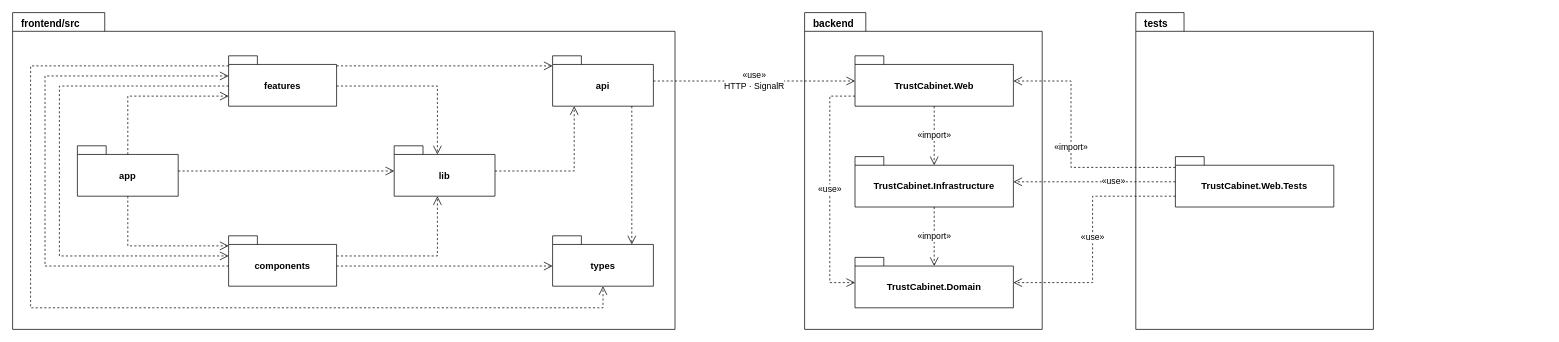
This is docs/15-package-diagram/package-tong-quan.drawio from callmehai/FU-FA26-G116, a draw.io file, before an edit. Source tidied: cells renumbered, new cells numbered last; positions are measured from the earlier drawing's top-left corner, leaving out a move shared by most shapes. Both pictures are drawn from the tidied source at 72%, with x=0, y=0 at pixel (12, 12).
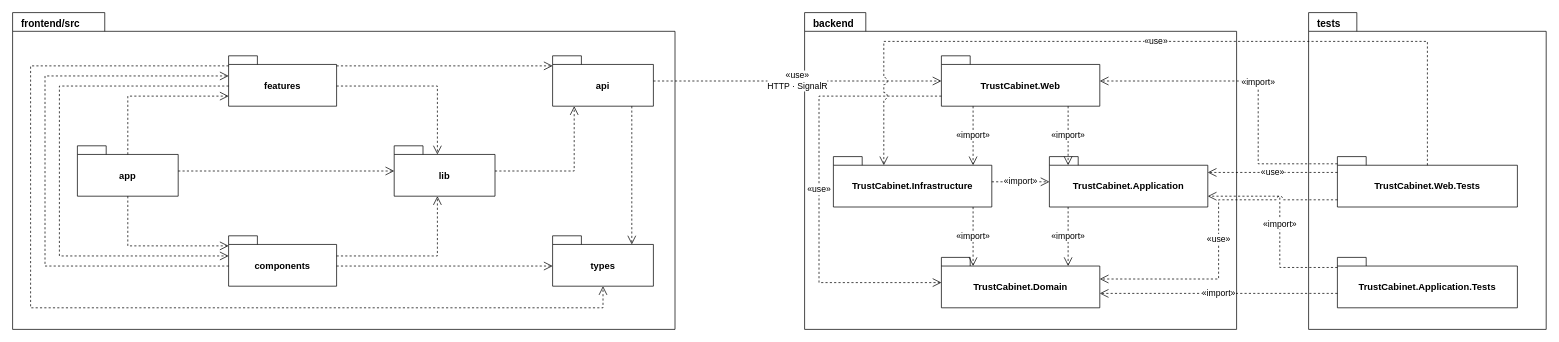
Above is the later version.

The edit, as a diff of the source:
```diff
@@
     <mxCell id="9" value="backend" style="shape=folder;tabWidth=85;tabHeight=26;tabPosition=left;verticalAlign=top;align=left;spacingLeft=10;spacingTop=1;fontStyle=1;fontSize=14;html=1;whiteSpace=wrap;fillColor=#ffffff;strokeColor=#000000;fontColor=#000000;fontFamily=Helvetica;" parent="1" vertex="1">
-      <mxGeometry x="1100" width="330" height="440" as="geometry" />
+      <mxGeometry x="1100" width="600" height="440" as="geometry" />
     </mxCell>
     <mxCell id="10" value="TrustCabinet.Web" style="shape=folder;tabWidth=40;tabHeight=12;tabPosition=left;verticalAlign=middle;align=center;spacingTop=12;fontStyle=1;fontSize=13;html=1;whiteSpace=wrap;fillColor=#ffffff;strokeColor=#000000;fontColor=#000000;fontFamily=Helvetica;" parent="9" vertex="1">
-      <mxGeometry x="70" y="60" width="220" height="70" as="geometry" />
+      <mxGeometry x="190" y="60" width="220" height="70" as="geometry" />
     </mxCell>
     <mxCell id="11" value="TrustCabinet.Infrastructure" style="shape=folder;tabWidth=40;tabHeight=12;tabPosition=left;verticalAlign=middle;align=center;spacingTop=12;fontStyle=1;fontSize=13;html=1;whiteSpace=wrap;fillColor=#ffffff;strokeColor=#000000;fontColor=#000000;fontFamily=Helvetica;" parent="9" vertex="1">
-      <mxGeometry x="70" y="200" width="220" height="70" as="geometry" />
+      <mxGeometry x="40" y="200" width="220" height="70" as="geometry" />
     </mxCell>
+    <mxCell id="34" value="TrustCabinet.Application" style="shape=folder;tabWidth=40;tabHeight=12;tabPosition=left;verticalAlign=middle;align=center;spacingTop=12;fontStyle=1;fontSize=13;html=1;whiteSpace=wrap;fillColor=#ffffff;strokeColor=#000000;fontColor=#000000;fontFamily=Helvetica;" parent="9" vertex="1">
+      <mxGeometry x="340" y="200" width="220" height="70" as="geometry" />
+    </mxCell>
     <mxCell id="12" value="TrustCabinet.Domain" style="shape=folder;tabWidth=40;tabHeight=12;tabPosition=left;verticalAlign=middle;align=center;spacingTop=12;fontStyle=1;fontSize=13;html=1;whiteSpace=wrap;fillColor=#ffffff;strokeColor=#000000;fontColor=#000000;fontFamily=Helvetica;" parent="9" vertex="1">
-      <mxGeometry x="70" y="340" width="220" height="70" as="geometry" />
+      <mxGeometry x="190" y="340" width="220" height="70" as="geometry" />
     </mxCell>
     <mxCell id="13" value="tests" style="shape=folder;tabWidth=67;tabHeight=26;tabPosition=left;verticalAlign=top;align=left;spacingLeft=10;spacingTop=1;fontStyle=1;fontSize=14;html=1;whiteSpace=wrap;fillColor=#ffffff;strokeColor=#000000;fontColor=#000000;fontFamily=Helvetica;" parent="1" vertex="1">
-      <mxGeometry x="1560" width="330" height="440" as="geometry" />
+      <mxGeometry x="1800" width="330" height="440" as="geometry" />
     </mxCell>
     <mxCell id="14" value="TrustCabinet.Web.Tests" style="shape=folder;tabWidth=40;tabHeight=12;tabPosition=left;verticalAlign=middle;align=center;spacingTop=12;fontStyle=1;fontSize=13;html=1;whiteSpace=wrap;fillColor=#ffffff;strokeColor=#000000;fontColor=#000000;fontFamily=Helvetica;" parent="13" vertex="1">
-      <mxGeometry x="55" y="200" width="220" height="70" as="geometry" />
+      <mxGeometry x="40" y="200" width="250" height="70" as="geometry" />
     </mxCell>
+    <mxCell id="35" value="TrustCabinet.Application.Tests" style="shape=folder;tabWidth=40;tabHeight=12;tabPosition=left;verticalAlign=middle;align=center;spacingTop=12;fontStyle=1;fontSize=13;html=1;whiteSpace=wrap;fillColor=#ffffff;strokeColor=#000000;fontColor=#000000;fontFamily=Helvetica;" parent="13" vertex="1">
+      <mxGeometry x="40" y="340" width="250" height="70" as="geometry" />
+    </mxCell>
@@
-    <mxCell id="28" value="«import»" style="endArrow=open;endFill=0;endSize=10;dashed=1;rounded=0;html=1;strokeColor=#000000;fontColor=#000000;fontFamily=Helvetica;fontSize=12;labelBackgroundColor=#ffffff;exitX=0.5;exitY=1;exitDx=0;exitDy=0;exitPerimeter=0;entryX=0.5;entryY=0.1714;entryDx=0;entryDy=0;entryPerimeter=0;" parent="1" edge="1" source="10" target="11">
+    <mxCell id="28" value="«import»" style="endArrow=open;endFill=0;endSize=10;dashed=1;rounded=0;html=1;strokeColor=#000000;fontColor=#000000;fontFamily=Helvetica;fontSize=12;labelBackgroundColor=#ffffff;exitX=0.2;exitY=1;exitDx=0;exitDy=0;exitPerimeter=0;entryX=0.8818;entryY=0.1714;entryDx=0;entryDy=0;entryPerimeter=0;" parent="1" edge="1" source="10" target="11">
       <mxGeometry relative="1" as="geometry" />
     </mxCell>
+    <mxCell id="36" value="«import»" style="endArrow=open;endFill=0;endSize=10;dashed=1;rounded=0;html=1;strokeColor=#000000;fontColor=#000000;fontFamily=Helvetica;fontSize=12;labelBackgroundColor=#ffffff;exitX=0;exitY=0.7143;exitDx=0;exitDy=0;exitPerimeter=0;entryX=1;entryY=0.7143;entryDx=0;entryDy=0;entryPerimeter=0;" parent="1" edge="1" source="35" target="12">
+      <mxGeometry relative="1" as="geometry" />
+    </mxCell>
+    <mxCell id="37" value="«import»" style="endArrow=open;endFill=0;endSize=10;dashed=1;rounded=0;html=1;strokeColor=#000000;fontColor=#000000;fontFamily=Helvetica;fontSize=12;labelBackgroundColor=#ffffff;exitX=0;exitY=0.2;exitDx=0;exitDy=0;exitPerimeter=0;entryX=1;entryY=0.7857;entryDx=0;entryDy=0;entryPerimeter=0;" parent="1" edge="1" source="35" target="34">
+      <mxGeometry relative="1" as="geometry">
+        <Array as="points">
+          <mxPoint x="1760" y="354" />
+          <mxPoint x="1760" y="255" />
+        </Array>
+      </mxGeometry>
+    </mxCell>
+    <mxCell id="38" value="«use»" style="endArrow=open;endFill=0;endSize=10;dashed=1;rounded=0;html=1;strokeColor=#000000;fontColor=#000000;fontFamily=Helvetica;fontSize=12;labelBackgroundColor=#ffffff;exitX=0;exitY=0.3143;exitDx=0;exitDy=0;exitPerimeter=0;entryX=1;entryY=0.3143;entryDx=0;entryDy=0;entryPerimeter=0;" parent="1" edge="1" source="14" target="34">
+      <mxGeometry relative="1" as="geometry" />
+    </mxCell>
+    <mxCell id="39" value="«import»" style="endArrow=open;endFill=0;endSize=10;dashed=1;rounded=0;html=1;strokeColor=#000000;fontColor=#000000;fontFamily=Helvetica;fontSize=12;labelBackgroundColor=#ffffff;exitX=0.1182;exitY=1;exitDx=0;exitDy=0;exitPerimeter=0;entryX=0.8;entryY=0.1714;entryDx=0;entryDy=0;entryPerimeter=0;" parent="1" edge="1" source="34" target="12">
+      <mxGeometry relative="1" as="geometry" />
+    </mxCell>
+    <mxCell id="40" value="«import»" style="endArrow=open;endFill=0;endSize=10;dashed=1;rounded=0;html=1;strokeColor=#000000;fontColor=#000000;fontFamily=Helvetica;fontSize=12;labelBackgroundColor=#ffffff;exitX=1;exitY=0.5;exitDx=0;exitDy=0;exitPerimeter=0;entryX=0;entryY=0.5;entryDx=0;entryDy=0;entryPerimeter=0;" parent="1" edge="1" source="11" target="34">
+      <mxGeometry relative="1" as="geometry" />
+    </mxCell>
+    <mxCell id="41" value="«import»" style="endArrow=open;endFill=0;endSize=10;dashed=1;rounded=0;html=1;strokeColor=#000000;fontColor=#000000;fontFamily=Helvetica;fontSize=12;labelBackgroundColor=#ffffff;exitX=0.8;exitY=1;exitDx=0;exitDy=0;exitPerimeter=0;entryX=0.1182;entryY=0.1714;entryDx=0;entryDy=0;entryPerimeter=0;" parent="1" edge="1" source="10" target="34">
+      <mxGeometry relative="1" as="geometry" />
+    </mxCell>
-    <mxCell id="29" value="«import»" style="endArrow=open;endFill=0;endSize=10;dashed=1;rounded=0;html=1;strokeColor=#000000;fontColor=#000000;fontFamily=Helvetica;fontSize=12;labelBackgroundColor=#ffffff;exitX=0.5;exitY=1;exitDx=0;exitDy=0;exitPerimeter=0;entryX=0.5;entryY=0.1714;entryDx=0;entryDy=0;entryPerimeter=0;" parent="1" edge="1" source="11" target="12">
+    <mxCell id="29" value="«import»" style="endArrow=open;endFill=0;endSize=10;dashed=1;rounded=0;html=1;strokeColor=#000000;fontColor=#000000;fontFamily=Helvetica;fontSize=12;labelBackgroundColor=#ffffff;exitX=0.8818;exitY=1;exitDx=0;exitDy=0;exitPerimeter=0;entryX=0.2;entryY=0.1714;entryDx=0;entryDy=0;entryPerimeter=0;" parent="1" edge="1" source="11" target="12">
       <mxGeometry relative="1" as="geometry" />
     </mxCell>
     <mxCell id="30" value="«use»" style="endArrow=open;endFill=0;endSize=10;dashed=1;rounded=0;html=1;strokeColor=#000000;fontColor=#000000;fontFamily=Helvetica;fontSize=12;labelBackgroundColor=#ffffff;exitX=0;exitY=0.8;exitDx=0;exitDy=0;exitPerimeter=0;entryX=0;entryY=0.5;entryDx=0;entryDy=0;entryPerimeter=0;" parent="1" edge="1" source="10" target="12">
       <mxGeometry relative="1" as="geometry">
         <Array as="points">
-          <mxPoint x="1135" y="116" />
-          <mxPoint x="1135" y="375" />
+          <mxPoint x="1120" y="116" />
+          <mxPoint x="1120" y="375" />
         </Array>
       </mxGeometry>
     </mxCell>
-    <mxCell id="31" value="«import»" style="endArrow=open;endFill=0;endSize=10;dashed=1;rounded=0;html=1;strokeColor=#000000;fontColor=#000000;fontFamily=Helvetica;fontSize=12;labelBackgroundColor=#ffffff;exitX=0;exitY=0.2143;exitDx=0;exitDy=0;exitPerimeter=0;entryX=1;entryY=0.5;entryDx=0;entryDy=0;entryPerimeter=0;" parent="1" edge="1" source="14" target="10">
+    <mxCell id="31" value="«import»" style="endArrow=open;endFill=0;endSize=10;dashed=1;rounded=0;html=1;strokeColor=#000000;fontColor=#000000;fontFamily=Helvetica;fontSize=12;labelBackgroundColor=#ffffff;exitX=0;exitY=0.1429;exitDx=0;exitDy=0;exitPerimeter=0;entryX=1;entryY=0.5;entryDx=0;entryDy=0;entryPerimeter=0;" parent="1" edge="1" source="14" target="10">
       <mxGeometry relative="1" as="geometry">
         <Array as="points">
-          <mxPoint x="1470" y="215" />
-          <mxPoint x="1470" y="95" />
+          <mxPoint x="1730" y="210" />
+          <mxPoint x="1730" y="95" />
         </Array>
       </mxGeometry>
     </mxCell>
-    <mxCell id="32" value="«use»" style="endArrow=open;endFill=0;endSize=10;dashed=1;rounded=0;html=1;strokeColor=#000000;fontColor=#000000;fontFamily=Helvetica;fontSize=12;labelBackgroundColor=#ffffff;exitX=0;exitY=0.5;exitDx=0;exitDy=0;exitPerimeter=0;entryX=1;entryY=0.5;entryDx=0;entryDy=0;entryPerimeter=0;" parent="1" edge="1" source="14" target="11">
-      <mxGeometry x="-0.24" relative="1" as="geometry" />
+    <mxCell id="32" value="«use»" style="endArrow=open;endFill=0;endSize=10;dashed=1;rounded=0;jumpStyle=arc;jumpSize=10;html=1;strokeColor=#000000;fontColor=#000000;fontFamily=Helvetica;fontSize=12;labelBackgroundColor=#ffffff;exitX=0.5;exitY=0.1714;exitDx=0;exitDy=0;exitPerimeter=0;entryX=0.3182;entryY=0.1714;entryDx=0;entryDy=0;entryPerimeter=0;" parent="1" edge="1" source="14" target="11">
+      <mxGeometry relative="1" as="geometry">
+        <Array as="points">
+          <mxPoint x="1965" y="40" />
+          <mxPoint x="1210" y="40" />
+        </Array>
+      </mxGeometry>
     </mxCell>
-    <mxCell id="33" value="«use»" style="endArrow=open;endFill=0;endSize=10;dashed=1;rounded=0;html=1;strokeColor=#000000;fontColor=#000000;fontFamily=Helvetica;fontSize=12;labelBackgroundColor=#ffffff;exitX=0;exitY=0.7857;exitDx=0;exitDy=0;exitPerimeter=0;entryX=1;entryY=0.5;entryDx=0;entryDy=0;entryPerimeter=0;" parent="1" edge="1" source="14" target="12">
+    <mxCell id="33" value="«use»" style="endArrow=open;endFill=0;endSize=10;dashed=1;rounded=0;jumpStyle=arc;jumpSize=10;html=1;strokeColor=#000000;fontColor=#000000;fontFamily=Helvetica;fontSize=12;labelBackgroundColor=#ffffff;exitX=0;exitY=0.8571;exitDx=0;exitDy=0;exitPerimeter=0;entryX=1;entryY=0.4286;entryDx=0;entryDy=0;entryPerimeter=0;" parent="1" edge="1" source="14" target="12">
       <mxGeometry relative="1" as="geometry">
         <Array as="points">
-          <mxPoint x="1500" y="255" />
-          <mxPoint x="1500" y="375" />
+          <mxPoint x="1675" y="260" />
+          <mxPoint x="1675" y="370" />
         </Array>
       </mxGeometry>
     </mxCell>
```
